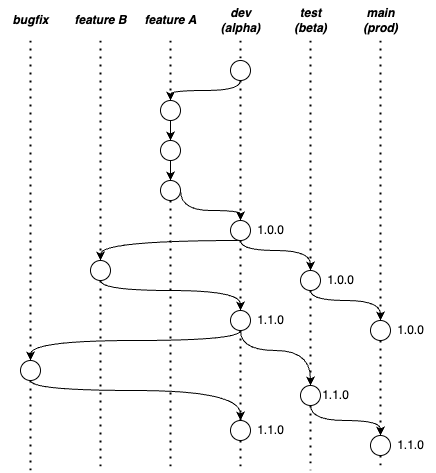
The draw.io diagram img/tesi-13-branching.drawio.png in paganellif/tesi-paganelli, before a commit. Source tidied: cells renumbered, new cells last; positions are measured from the earlier drawing's top-left corner, leaving out a move shared by most shapes.
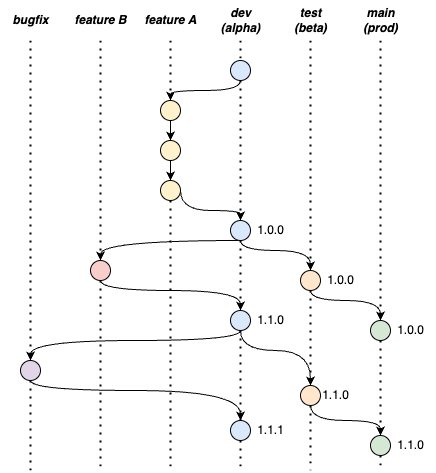
Later version of the same file.

What changed in the source:
```diff
@@ -42,7 +42,7 @@
         </Array>
       </mxGeometry>
     </mxCell>
-    <mxCell id="11" style="ellipse;whiteSpace=wrap;html=1;" parent="1" vertex="1">
+    <mxCell id="11" style="ellipse;whiteSpace=wrap;html=1;fillColor=#dae8fc;strokeColor=#000000;" parent="1" vertex="1">
       <mxGeometry x="230" y="60" width="20" height="20" as="geometry" />
     </mxCell>
     <mxCell id="12" style="endArrow=none;dashed=1;html=1;dashPattern=1 3;strokeWidth=2;rounded=0;" parent="1" edge="1" target="11">
@@ -50,7 +50,7 @@
         <mxPoint x="240" y="40" as="sourcePoint" />
       </mxGeometry>
     </mxCell>
-    <mxCell id="13" style="ellipse;whiteSpace=wrap;html=1;" parent="1" vertex="1">
+    <mxCell id="13" style="ellipse;whiteSpace=wrap;html=1;fillColor=#fff2cc;strokeColor=#000000;" parent="1" vertex="1">
       <mxGeometry x="160" y="100" width="20" height="20" as="geometry" />
     </mxCell>
     <mxCell id="14" style="endArrow=none;dashed=1;html=1;dashPattern=1 3;strokeWidth=2;rounded=0;" parent="1" edge="1" target="13">
@@ -58,7 +58,7 @@
         <mxPoint x="170" y="40" as="sourcePoint" />
       </mxGeometry>
     </mxCell>
-    <mxCell id="15" style="ellipse;whiteSpace=wrap;html=1;" parent="1" vertex="1">
+    <mxCell id="15" style="ellipse;whiteSpace=wrap;html=1;fillColor=#fff2cc;strokeColor=#000000;" parent="1" vertex="1">
       <mxGeometry x="160" y="140" width="20" height="20" as="geometry" />
     </mxCell>
     <mxCell id="16" style="endArrow=classic;html=1;strokeWidth=1;rounded=0;startArrow=none;endFill=1;" parent="1" edge="1" source="13" target="15">
@@ -72,7 +72,7 @@
         </Array>
       </mxGeometry>
     </mxCell>
-    <mxCell id="18" style="ellipse;whiteSpace=wrap;html=1;" parent="1" vertex="1">
+    <mxCell id="18" style="ellipse;whiteSpace=wrap;html=1;fillColor=#fff2cc;strokeColor=#000000;" parent="1" vertex="1">
       <mxGeometry x="160" y="180" width="20" height="20" as="geometry" />
     </mxCell>
     <mxCell id="19" style="endArrow=classic;html=1;strokeWidth=1;rounded=0;startArrow=none;endFill=1;" parent="1" edge="1" source="15" target="18">
@@ -93,7 +93,7 @@
         </Array>
       </mxGeometry>
     </mxCell>
-    <mxCell id="22" style="ellipse;whiteSpace=wrap;html=1;" parent="1" vertex="1">
+    <mxCell id="22" style="ellipse;whiteSpace=wrap;html=1;fillColor=#dae8fc;strokeColor=#000000;" parent="1" vertex="1">
       <mxGeometry x="230" y="220" width="20" height="20" as="geometry" />
     </mxCell>
     <mxCell id="23" style="endArrow=none;dashed=1;html=1;dashPattern=1 3;strokeWidth=2;rounded=0;startArrow=none;" parent="1" edge="1" source="11" target="22">
@@ -109,7 +109,7 @@
         </Array>
       </mxGeometry>
     </mxCell>
-    <mxCell id="25" style="ellipse;whiteSpace=wrap;html=1;" parent="1" vertex="1">
+    <mxCell id="25" style="ellipse;whiteSpace=wrap;html=1;fillColor=#ffe6cc;strokeColor=#000000;" parent="1" vertex="1">
       <mxGeometry x="300" y="270" width="20" height="20" as="geometry" />
     </mxCell>
     <mxCell id="26" style="endArrow=none;dashed=1;html=1;dashPattern=1 3;strokeWidth=2;rounded=0;" parent="1" edge="1" target="25">
@@ -117,7 +117,7 @@
         <mxPoint x="310" y="40" as="sourcePoint" />
       </mxGeometry>
     </mxCell>
-    <mxCell id="27" style="ellipse;whiteSpace=wrap;html=1;" parent="1" vertex="1">
+    <mxCell id="27" style="ellipse;whiteSpace=wrap;html=1;fillColor=#d5e8d4;strokeColor=#000000;" parent="1" vertex="1">
       <mxGeometry x="370" y="320" width="20" height="20" as="geometry" />
     </mxCell>
     <mxCell id="28" style="endArrow=none;dashed=1;html=1;dashPattern=1 3;strokeWidth=2;rounded=0;" parent="1" edge="1" target="27">
@@ -141,7 +141,7 @@
         </Array>
       </mxGeometry>
     </mxCell>
-    <mxCell id="32" style="ellipse;whiteSpace=wrap;html=1;" parent="1" vertex="1">
+    <mxCell id="32" style="ellipse;whiteSpace=wrap;html=1;fillColor=#f8cecc;strokeColor=#000000;" parent="1" vertex="1">
       <mxGeometry x="90" y="260" width="20" height="20" as="geometry" />
     </mxCell>
     <mxCell id="33" style="endArrow=none;dashed=1;html=1;dashPattern=1 3;strokeWidth=2;rounded=0;" parent="1" edge="1" target="32">
@@ -157,7 +157,7 @@
         </Array>
       </mxGeometry>
     </mxCell>
-    <mxCell id="35" style="ellipse;whiteSpace=wrap;html=1;" parent="1" vertex="1">
+    <mxCell id="35" style="ellipse;whiteSpace=wrap;html=1;fillColor=#dae8fc;strokeColor=#000000;" parent="1" vertex="1">
       <mxGeometry x="230" y="310" width="20" height="20" as="geometry" />
     </mxCell>
     <mxCell id="36" style="endArrow=none;dashed=1;html=1;dashPattern=1 3;strokeWidth=2;rounded=0;startArrow=none;" parent="1" edge="1" source="22" target="35">
@@ -171,7 +171,7 @@
         </Array>
       </mxGeometry>
     </mxCell>
-    <mxCell id="38" style="ellipse;whiteSpace=wrap;html=1;" parent="1" vertex="1">
+    <mxCell id="38" style="ellipse;whiteSpace=wrap;html=1;fillColor=#ffe6cc;strokeColor=#000000;" parent="1" vertex="1">
       <mxGeometry x="300" y="385" width="20" height="20" as="geometry" />
     </mxCell>
     <mxCell id="39" style="endArrow=none;dashed=1;html=1;dashPattern=1 3;strokeWidth=2;rounded=0;startArrow=none;" parent="1" edge="1" source="25" target="38">
@@ -207,7 +207,7 @@
         </Array>
       </mxGeometry>
     </mxCell>
-    <mxCell id="46" style="ellipse;whiteSpace=wrap;html=1;" parent="1" vertex="1">
+    <mxCell id="46" style="ellipse;whiteSpace=wrap;html=1;fillColor=#e1d5e7;strokeColor=#000000;" parent="1" vertex="1">
       <mxGeometry x="20" y="360" width="20" height="20" as="geometry" />
     </mxCell>
     <mxCell id="47" style="endArrow=none;dashed=1;html=1;dashPattern=1 3;strokeWidth=2;rounded=0;" parent="1" edge="1" target="46">
@@ -218,13 +218,13 @@
     <mxCell id="48" value="&lt;b&gt;&lt;i&gt;bugfix&lt;/i&gt;&lt;/b&gt;" style="text;html=1;align=center;verticalAlign=middle;strokeColor=none;fillColor=none;" parent="1" vertex="1">
       <mxGeometry y="5" width="60" height="30" as="geometry" />
     </mxCell>
-    <mxCell id="49" style="ellipse;whiteSpace=wrap;html=1;" parent="1" vertex="1">
+    <mxCell id="49" style="ellipse;whiteSpace=wrap;html=1;fillColor=#dae8fc;strokeColor=#000000;" parent="1" vertex="1">
       <mxGeometry x="230" y="420" width="20" height="20" as="geometry" />
     </mxCell>
     <mxCell id="50" style="endArrow=none;dashed=1;html=1;dashPattern=1 3;strokeWidth=2;rounded=0;startArrow=none;" parent="1" edge="1" source="35" target="49">
       <mxGeometry relative="1" as="geometry" />
     </mxCell>
-    <mxCell id="51" style="ellipse;whiteSpace=wrap;html=1;" parent="1" vertex="1">
+    <mxCell id="51" style="ellipse;whiteSpace=wrap;html=1;fillColor=#d5e8d4;strokeColor=#000000;" parent="1" vertex="1">
       <mxGeometry x="370" y="435" width="20" height="20" as="geometry" />
     </mxCell>
     <mxCell id="52" style="endArrow=none;dashed=1;html=1;dashPattern=1 3;strokeWidth=2;rounded=0;startArrow=none;" parent="1" edge="1" source="27" target="51">
@@ -239,7 +239,7 @@
     <mxCell id="55" value="1.1.0" style="text;html=1;align=center;verticalAlign=middle;strokeColor=none;fillColor=none;" parent="1" vertex="1">
       <mxGeometry x="245" y="305" width="50" height="30" as="geometry" />
     </mxCell>
-    <mxCell id="56" value="1.1.0" style="text;html=1;align=center;verticalAlign=middle;strokeColor=none;fillColor=none;" parent="1" vertex="1">
+    <mxCell id="56" value="1.1.1" style="text;html=1;align=center;verticalAlign=middle;strokeColor=none;fillColor=none;" parent="1" vertex="1">
       <mxGeometry x="245" y="415" width="50" height="30" as="geometry" />
     </mxCell>
   </root>
```
